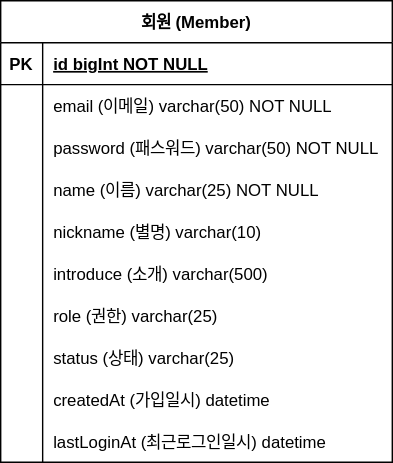
This is dev-together/document/dev-together-erd.svg from nara316/dev-together, a draw.io export, as it was before one commit. Source tidied: cells renumbered, new cells last; positions are measured from the earlier drawing's top-left corner, leaving out a move shared by most shapes.
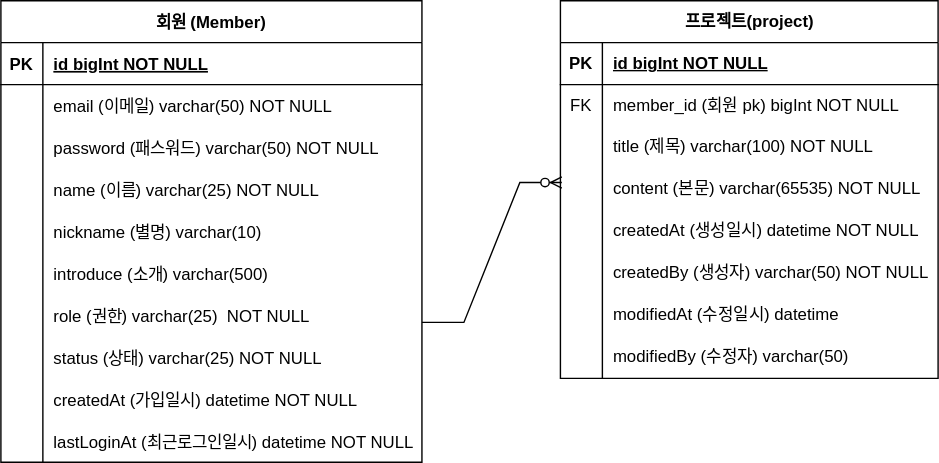
After the commit.

Commit message:
#5 프로젝트 게시판 erd 설계

Change to the diagram source:
```diff
@@ -3,97 +3,182 @@
     <mxCell id="0" />
     <mxCell id="1" parent="0" />
     <mxCell id="2" value="회원 (Member)" style="shape=table;startSize=30;rowLines=0;fontStyle=1;align=center;" parent="1" vertex="1">
-      <mxGeometry width="280" height="330" as="geometry" />
+      <mxGeometry width="301" height="330" as="geometry" />
     </mxCell>
     <mxCell id="3" style="shape=partialRectangle;fillColor=none;top=0;left=0;right=0;bottom=1;" parent="2" vertex="1">
-      <mxGeometry y="30" width="280" height="30" as="geometry" />
+      <mxGeometry y="30" width="301" height="30" as="geometry" />
     </mxCell>
     <mxCell id="4" value="PK" style="shape=partialRectangle;overflow=hidden;fillColor=none;top=0;left=0;bottom=0;right=0;fontStyle=1;" parent="3" vertex="1">
       <mxGeometry width="30" height="30" as="geometry" />
     </mxCell>
     <mxCell id="5" value="id bigInt NOT NULL " style="shape=partialRectangle;overflow=hidden;fillColor=none;top=0;left=0;bottom=0;right=0;align=left;spacingLeft=6;fontStyle=5;" parent="3" vertex="1">
-      <mxGeometry x="30" width="250" height="30" as="geometry" />
+      <mxGeometry x="30" width="271" height="30" as="geometry" />
     </mxCell>
     <mxCell id="6" style="shape=partialRectangle;fillColor=none;top=0;left=0;right=0;bottom=0;" parent="2" vertex="1">
-      <mxGeometry y="60" width="280" height="30" as="geometry" />
+      <mxGeometry y="60" width="301" height="30" as="geometry" />
     </mxCell>
     <mxCell id="7" style="shape=partialRectangle;overflow=hidden;fillColor=none;top=0;left=0;bottom=0;right=0;" parent="6" vertex="1">
       <mxGeometry width="30" height="30" as="geometry" />
     </mxCell>
     <mxCell id="8" value="email (이메일) varchar(50) NOT NULL" style="shape=partialRectangle;overflow=hidden;fillColor=none;top=0;left=0;bottom=0;right=0;align=left;spacingLeft=6;" parent="6" vertex="1">
-      <mxGeometry x="30" width="250" height="30" as="geometry" />
+      <mxGeometry x="30" width="271" height="30" as="geometry" />
     </mxCell>
     <mxCell id="9" style="shape=partialRectangle;fillColor=none;top=0;left=0;right=0;bottom=0;" parent="2" vertex="1">
-      <mxGeometry y="90" width="280" height="30" as="geometry" />
+      <mxGeometry y="90" width="301" height="30" as="geometry" />
     </mxCell>
     <mxCell id="10" style="shape=partialRectangle;overflow=hidden;fillColor=none;top=0;left=0;bottom=0;right=0;" parent="9" vertex="1">
       <mxGeometry width="30" height="30" as="geometry" />
     </mxCell>
     <mxCell id="11" value="password (패스워드) varchar(50) NOT NULL" style="shape=partialRectangle;overflow=hidden;fillColor=none;top=0;left=0;bottom=0;right=0;align=left;spacingLeft=6;" parent="9" vertex="1">
-      <mxGeometry x="30" width="250" height="30" as="geometry" />
+      <mxGeometry x="30" width="271" height="30" as="geometry" />
     </mxCell>
     <mxCell id="12" style="shape=partialRectangle;fillColor=none;top=0;left=0;right=0;bottom=0;" parent="2" vertex="1">
-      <mxGeometry y="120" width="280" height="30" as="geometry" />
+      <mxGeometry y="120" width="301" height="30" as="geometry" />
     </mxCell>
     <mxCell id="13" style="shape=partialRectangle;overflow=hidden;fillColor=none;top=0;left=0;bottom=0;right=0;" parent="12" vertex="1">
       <mxGeometry width="30" height="30" as="geometry" />
     </mxCell>
     <mxCell id="14" value="name (이름) varchar(25) NOT NULL" style="shape=partialRectangle;overflow=hidden;fillColor=none;top=0;left=0;bottom=0;right=0;align=left;spacingLeft=6;" parent="12" vertex="1">
-      <mxGeometry x="30" width="250" height="30" as="geometry" />
+      <mxGeometry x="30" width="271" height="30" as="geometry" />
     </mxCell>
     <mxCell id="15" style="shape=partialRectangle;fillColor=none;top=0;left=0;right=0;bottom=0;" parent="2" vertex="1">
-      <mxGeometry y="150" width="280" height="30" as="geometry" />
+      <mxGeometry y="150" width="301" height="30" as="geometry" />
     </mxCell>
     <mxCell id="16" style="shape=partialRectangle;overflow=hidden;fillColor=none;top=0;left=0;bottom=0;right=0;" parent="15" vertex="1">
       <mxGeometry width="30" height="30" as="geometry" />
     </mxCell>
     <mxCell id="17" value="nickname (별명) varchar(10) " style="shape=partialRectangle;overflow=hidden;fillColor=none;top=0;left=0;bottom=0;right=0;align=left;spacingLeft=6;" parent="15" vertex="1">
-      <mxGeometry x="30" width="250" height="30" as="geometry" />
+      <mxGeometry x="30" width="271" height="30" as="geometry" />
     </mxCell>
     <mxCell id="18" style="shape=partialRectangle;fillColor=none;top=0;left=0;right=0;bottom=0;" parent="2" vertex="1">
-      <mxGeometry y="180" width="280" height="30" as="geometry" />
+      <mxGeometry y="180" width="301" height="30" as="geometry" />
     </mxCell>
     <mxCell id="19" style="shape=partialRectangle;overflow=hidden;fillColor=none;top=0;left=0;bottom=0;right=0;" parent="18" vertex="1">
       <mxGeometry width="30" height="30" as="geometry" />
     </mxCell>
     <mxCell id="20" value="introduce (소개) varchar(500) " style="shape=partialRectangle;overflow=hidden;fillColor=none;top=0;left=0;bottom=0;right=0;align=left;spacingLeft=6;" parent="18" vertex="1">
-      <mxGeometry x="30" width="250" height="30" as="geometry" />
+      <mxGeometry x="30" width="271" height="30" as="geometry" />
     </mxCell>
     <mxCell id="21" style="shape=partialRectangle;fillColor=none;top=0;left=0;right=0;bottom=0;" parent="2" vertex="1">
-      <mxGeometry y="210" width="280" height="30" as="geometry" />
+      <mxGeometry y="210" width="301" height="30" as="geometry" />
     </mxCell>
     <mxCell id="22" style="shape=partialRectangle;overflow=hidden;fillColor=none;top=0;left=0;bottom=0;right=0;" parent="21" vertex="1">
       <mxGeometry width="30" height="30" as="geometry" />
     </mxCell>
-    <mxCell id="23" value="role (권한) varchar(25) " style="shape=partialRectangle;overflow=hidden;fillColor=none;top=0;left=0;bottom=0;right=0;align=left;spacingLeft=6;" parent="21" vertex="1">
-      <mxGeometry x="30" width="250" height="30" as="geometry" />
+    <mxCell id="23" value="role (권한) varchar(25)  NOT NULL" style="shape=partialRectangle;overflow=hidden;fillColor=none;top=0;left=0;bottom=0;right=0;align=left;spacingLeft=6;" parent="21" vertex="1">
+      <mxGeometry x="30" width="271" height="30" as="geometry" />
     </mxCell>
     <mxCell id="24" style="shape=partialRectangle;fillColor=none;top=0;left=0;right=0;bottom=0;" parent="2" vertex="1">
-      <mxGeometry y="240" width="280" height="30" as="geometry" />
+      <mxGeometry y="240" width="301" height="30" as="geometry" />
     </mxCell>
     <mxCell id="25" style="shape=partialRectangle;overflow=hidden;fillColor=none;top=0;left=0;bottom=0;right=0;" parent="24" vertex="1">
       <mxGeometry width="30" height="30" as="geometry" />
     </mxCell>
-    <mxCell id="26" value="status (상태) varchar(25)" style="shape=partialRectangle;overflow=hidden;fillColor=none;top=0;left=0;bottom=0;right=0;align=left;spacingLeft=6;" parent="24" vertex="1">
-      <mxGeometry x="30" width="250" height="30" as="geometry" />
+    <mxCell id="26" value="status (상태) varchar(25) NOT NULL" style="shape=partialRectangle;overflow=hidden;fillColor=none;top=0;left=0;bottom=0;right=0;align=left;spacingLeft=6;" parent="24" vertex="1">
+      <mxGeometry x="30" width="271" height="30" as="geometry" />
     </mxCell>
     <mxCell id="27" style="shape=partialRectangle;fillColor=none;top=0;left=0;right=0;bottom=0;" parent="2" vertex="1">
-      <mxGeometry y="270" width="280" height="30" as="geometry" />
+      <mxGeometry y="270" width="301" height="30" as="geometry" />
     </mxCell>
     <mxCell id="28" style="shape=partialRectangle;overflow=hidden;fillColor=none;top=0;left=0;bottom=0;right=0;" parent="27" vertex="1">
       <mxGeometry width="30" height="30" as="geometry" />
     </mxCell>
-    <mxCell id="29" value="createdAt (가입일시) datetime " style="shape=partialRectangle;overflow=hidden;fillColor=none;top=0;left=0;bottom=0;right=0;align=left;spacingLeft=6;" parent="27" vertex="1">
-      <mxGeometry x="30" width="250" height="30" as="geometry" />
+    <mxCell id="29" value="createdAt (가입일시) datetime NOT NULL" style="shape=partialRectangle;overflow=hidden;fillColor=none;top=0;left=0;bottom=0;right=0;align=left;spacingLeft=6;" parent="27" vertex="1">
+      <mxGeometry x="30" width="271" height="30" as="geometry" />
     </mxCell>
     <mxCell id="30" style="shape=partialRectangle;fillColor=none;top=0;left=0;right=0;bottom=0;" parent="2" vertex="1">
-      <mxGeometry y="300" width="280" height="30" as="geometry" />
+      <mxGeometry y="300" width="301" height="30" as="geometry" />
     </mxCell>
     <mxCell id="31" style="shape=partialRectangle;overflow=hidden;fillColor=none;top=0;left=0;bottom=0;right=0;" parent="30" vertex="1">
       <mxGeometry width="30" height="30" as="geometry" />
     </mxCell>
-    <mxCell id="32" value="lastLoginAt (최근로그인일시) datetime " style="shape=partialRectangle;overflow=hidden;fillColor=none;top=0;left=0;bottom=0;right=0;align=left;spacingLeft=6;" parent="30" vertex="1">
-      <mxGeometry x="30" width="250" height="30" as="geometry" />
+    <mxCell id="32" value="lastLoginAt (최근로그인일시) datetime NOT NULL" style="shape=partialRectangle;overflow=hidden;fillColor=none;top=0;left=0;bottom=0;right=0;align=left;spacingLeft=6;" parent="30" vertex="1">
+      <mxGeometry x="30" width="271" height="30" as="geometry" />
     </mxCell>
+    <mxCell id="33" value="프로젝트(project)" style="shape=table;startSize=30;rowLines=0;fontStyle=1;align=center;html=1;" parent="1" vertex="1">
+      <mxGeometry x="400" width="270" height="270" as="geometry" />
+    </mxCell>
+    <mxCell id="34" style="shape=tableRow;horizontal=0;startSize=0;swimlaneHead=0;swimlaneBody=0;fillColor=none;top=0;left=0;right=0;bottom=1;" parent="33" vertex="1">
+      <mxGeometry y="30" width="270" height="30" as="geometry" />
+    </mxCell>
+    <mxCell id="35" value="PK" style="shape=partialRectangle;fillColor=none;top=0;left=0;bottom=0;right=0;fontStyle=1;overflow=hidden;whiteSpace=wrap;html=1;" parent="34" vertex="1">
+      <mxGeometry width="30" height="30" as="geometry" />
+    </mxCell>
+    <mxCell id="36" value="id bigInt NOT NULL" style="shape=partialRectangle;fillColor=none;top=0;left=0;bottom=0;right=0;align=left;spacingLeft=6;fontStyle=5;overflow=hidden;whiteSpace=wrap;html=1;" parent="34" vertex="1">
+      <mxGeometry x="30" width="240" height="30" as="geometry" />
+    </mxCell>
+    <mxCell id="37" style="shape=tableRow;horizontal=0;startSize=0;swimlaneHead=0;swimlaneBody=0;fillColor=none;top=0;left=0;right=0;bottom=0;" parent="33" vertex="1">
+      <mxGeometry y="60" width="270" height="30" as="geometry" />
+    </mxCell>
+    <mxCell id="38" value="FK" style="shape=partialRectangle;fillColor=none;top=0;left=0;bottom=0;right=0;overflow=hidden;whiteSpace=wrap;html=1;" parent="37" vertex="1">
+      <mxGeometry width="30" height="30" as="geometry" />
+    </mxCell>
+    <mxCell id="39" value="member_id (회원 pk) bigInt NOT NULL" style="shape=partialRectangle;fillColor=none;top=0;left=0;bottom=0;right=0;align=left;spacingLeft=6;overflow=hidden;whiteSpace=wrap;html=1;" parent="37" vertex="1">
+      <mxGeometry x="30" width="240" height="30" as="geometry" />
+    </mxCell>
+    <mxCell id="40" style="shape=tableRow;horizontal=0;startSize=0;swimlaneHead=0;swimlaneBody=0;fillColor=none;top=0;left=0;right=0;bottom=0;" parent="33" vertex="1">
+      <mxGeometry y="90" width="270" height="30" as="geometry" />
+    </mxCell>
+    <mxCell id="41" style="shape=partialRectangle;fillColor=none;top=0;left=0;bottom=0;right=0;overflow=hidden;whiteSpace=wrap;html=1;" parent="40" vertex="1">
+      <mxGeometry width="30" height="30" as="geometry" />
+    </mxCell>
+    <mxCell id="42" value="title (제목) varchar(100) NOT NULL" style="shape=partialRectangle;fillColor=none;top=0;left=0;bottom=0;right=0;align=left;spacingLeft=6;overflow=hidden;whiteSpace=wrap;html=1;" parent="40" vertex="1">
+      <mxGeometry x="30" width="240" height="30" as="geometry" />
+    </mxCell>
+    <mxCell id="43" style="shape=tableRow;horizontal=0;startSize=0;swimlaneHead=0;swimlaneBody=0;fillColor=none;top=0;left=0;right=0;bottom=0;" parent="33" vertex="1">
+      <mxGeometry y="120" width="270" height="30" as="geometry" />
+    </mxCell>
+    <mxCell id="44" style="shape=partialRectangle;fillColor=none;top=0;left=0;bottom=0;right=0;overflow=hidden;whiteSpace=wrap;html=1;" parent="43" vertex="1">
+      <mxGeometry width="30" height="30" as="geometry" />
+    </mxCell>
+    <mxCell id="45" value="content (본문) varchar(65535) NOT NULL" style="shape=partialRectangle;fillColor=none;top=0;left=0;bottom=0;right=0;align=left;spacingLeft=6;overflow=hidden;whiteSpace=wrap;html=1;" parent="43" vertex="1">
+      <mxGeometry x="30" width="240" height="30" as="geometry" />
+    </mxCell>
+    <mxCell id="46" style="shape=tableRow;horizontal=0;startSize=0;swimlaneHead=0;swimlaneBody=0;fillColor=none;top=0;left=0;right=0;bottom=0;" parent="33" vertex="1">
+      <mxGeometry y="150" width="270" height="30" as="geometry" />
+    </mxCell>
+    <mxCell id="47" style="shape=partialRectangle;fillColor=none;top=0;left=0;bottom=0;right=0;overflow=hidden;whiteSpace=wrap;html=1;" parent="46" vertex="1">
+      <mxGeometry width="30" height="30" as="geometry" />
+    </mxCell>
+    <mxCell id="48" value="createdAt (생성일시) datetime NOT NULL" style="shape=partialRectangle;fillColor=none;top=0;left=0;bottom=0;right=0;align=left;spacingLeft=6;overflow=hidden;whiteSpace=wrap;html=1;" parent="46" vertex="1">
+      <mxGeometry x="30" width="240" height="30" as="geometry" />
+    </mxCell>
+    <mxCell id="49" style="shape=tableRow;horizontal=0;startSize=0;swimlaneHead=0;swimlaneBody=0;fillColor=none;top=0;left=0;right=0;bottom=0;" parent="33" vertex="1">
+      <mxGeometry y="180" width="270" height="30" as="geometry" />
+    </mxCell>
+    <mxCell id="50" style="shape=partialRectangle;fillColor=none;top=0;left=0;bottom=0;right=0;overflow=hidden;whiteSpace=wrap;html=1;" parent="49" vertex="1">
+      <mxGeometry width="30" height="30" as="geometry" />
+    </mxCell>
+    <mxCell id="51" value="createdBy (생성자) varchar(50)&amp;nbsp;NOT NULL" style="shape=partialRectangle;fillColor=none;top=0;left=0;bottom=0;right=0;align=left;spacingLeft=6;overflow=hidden;whiteSpace=wrap;html=1;" parent="49" vertex="1">
+      <mxGeometry x="30" width="240" height="30" as="geometry" />
+    </mxCell>
+    <mxCell id="52" style="shape=tableRow;horizontal=0;startSize=0;swimlaneHead=0;swimlaneBody=0;fillColor=none;top=0;left=0;right=0;bottom=0;" parent="33" vertex="1">
+      <mxGeometry y="210" width="270" height="30" as="geometry" />
+    </mxCell>
+    <mxCell id="53" style="shape=partialRectangle;fillColor=none;top=0;left=0;bottom=0;right=0;overflow=hidden;whiteSpace=wrap;html=1;" parent="52" vertex="1">
+      <mxGeometry width="30" height="30" as="geometry" />
+    </mxCell>
+    <mxCell id="54" value="modifiedAt (수정일시) datetime" style="shape=partialRectangle;fillColor=none;top=0;left=0;bottom=0;right=0;align=left;spacingLeft=6;overflow=hidden;whiteSpace=wrap;html=1;" parent="52" vertex="1">
+      <mxGeometry x="30" width="240" height="30" as="geometry" />
+    </mxCell>
+    <mxCell id="55" style="shape=tableRow;horizontal=0;startSize=0;swimlaneHead=0;swimlaneBody=0;fillColor=none;top=0;left=0;right=0;bottom=0;" parent="33" vertex="1">
+      <mxGeometry y="240" width="270" height="30" as="geometry" />
+    </mxCell>
+    <mxCell id="56" style="shape=partialRectangle;fillColor=none;top=0;left=0;bottom=0;right=0;overflow=hidden;whiteSpace=wrap;html=1;" parent="55" vertex="1">
+      <mxGeometry width="30" height="30" as="geometry" />
+    </mxCell>
+    <mxCell id="57" value="modifiedBy (수정자) varchar(50)&amp;nbsp;" style="shape=partialRectangle;fillColor=none;top=0;left=0;bottom=0;right=0;align=left;spacingLeft=6;overflow=hidden;whiteSpace=wrap;html=1;" parent="55" vertex="1">
+      <mxGeometry x="30" width="240" height="30" as="geometry" />
+    </mxCell>
+    <mxCell id="58" style="edgeStyle=entityRelationEdgeStyle;fontSize=12;html=1;endArrow=ERzeroToMany;endFill=1;rounded=0;" parent="1" edge="1">
+      <mxGeometry relative="1" as="geometry">
+        <mxPoint x="301" y="230" as="sourcePoint" />
+        <mxPoint x="401" y="130" as="targetPoint" />
+        <Array as="points">
+          <mxPoint x="271" y="190" />
+          <mxPoint x="261" y="180" />
+        </Array>
+      </mxGeometry>
+    </mxCell>
   </root>
 </mxGraphModel>
```
